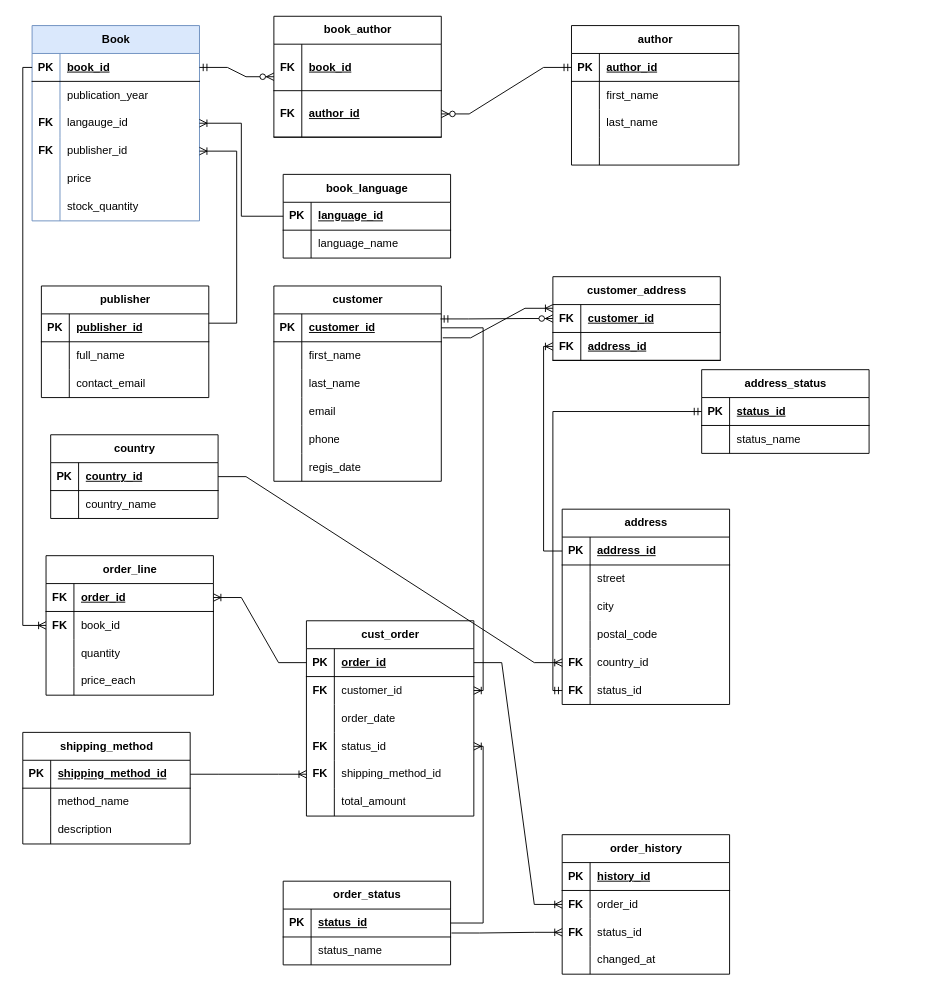
Before: dbms.drawio in sumshy/ctrl_alt-elite, a draw.io diagram. Source tidied: cells renumbered, new cells numbered last; positions are measured from the earlier drawing's top-left corner, leaving out a move shared by most shapes. Both pictures are drawn from the tidied source at 93%, with x=0, y=0 at pixel (22, 16).
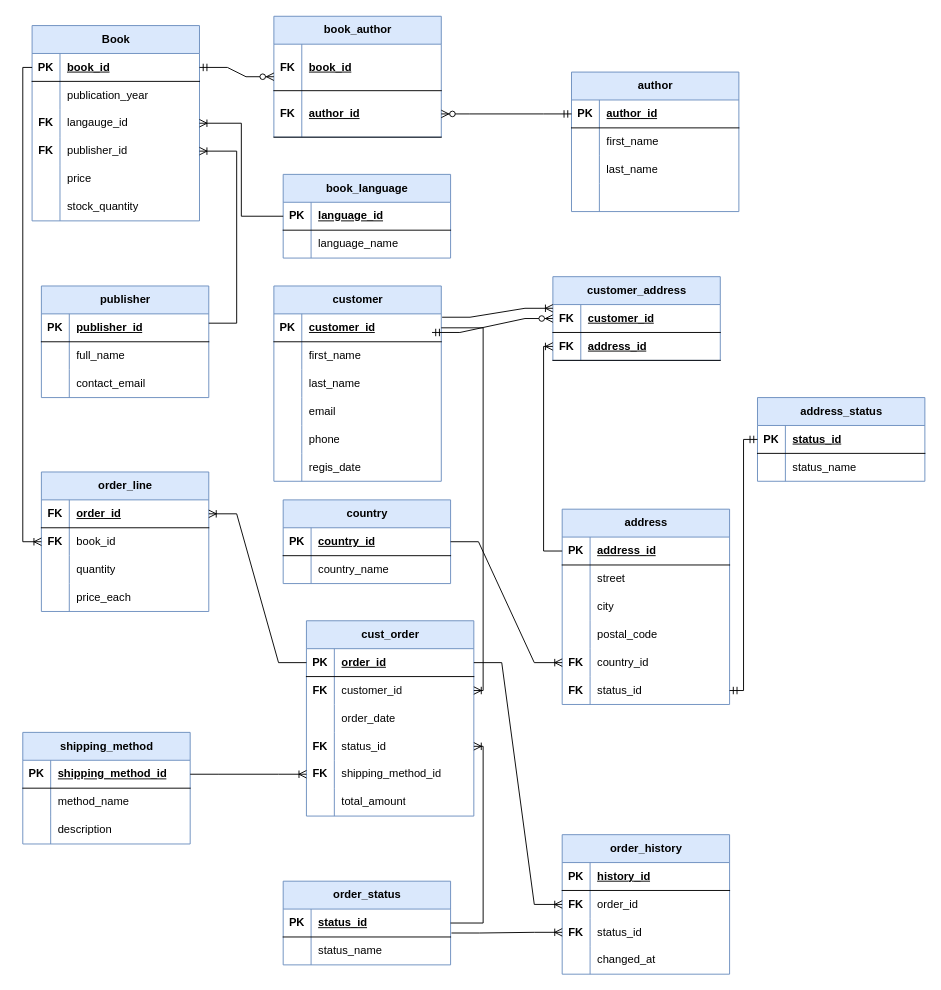
Above is the later version.

The change refers to these unchanged cells:
```xml
<mxCell id="59" style="shape=tableRow;horizontal=0;startSize=0;swimlaneHead=0;swimlaneBody=0;fillColor=none;points=[[0,0.5],[1,0.5]];portConstraint=eastwest;top=0;left=0;right=0;bottom=1;" parent="58" vertex="1">
  <mxGeometry y="30" width="180" height="30" as="geometry" />
</mxCell>
<mxCell id="78" style="shape=tableRow;horizontal=0;startSize=0;swimlaneHead=0;swimlaneBody=0;fillColor=none;points=[[0,0.5],[1,0.5]];portConstraint=eastwest;top=0;left=0;right=0;bottom=1;" parent="77" vertex="1">
  <mxGeometry y="30" width="180" height="30" as="geometry" />
</mxCell>
<mxCell id="85" style="shape=tableRow;horizontal=0;startSize=0;swimlaneHead=0;swimlaneBody=0;fillColor=none;points=[[0,0.5],[1,0.5]];portConstraint=eastwest;top=0;left=0;right=0;bottom=1;" parent="84" vertex="1">
  <mxGeometry y="30" width="180" height="30" as="geometry" />
</mxCell>
<mxCell id="107" style="shape=tableRow;horizontal=0;startSize=0;swimlaneHead=0;swimlaneBody=0;fillColor=none;points=[[0,0.5],[1,0.5]];portConstraint=eastwest;top=0;left=0;right=0;bottom=0;" parent="91" vertex="1">
  <mxGeometry y="180" width="180" height="30" as="geometry" />
</mxCell>
```

Diff of the diagram source:
```diff
@@
-    <mxCell id="21" value="book_language" style="shape=table;startSize=30;childLayout=tableLayout;rowLines=0;fontStyle=1;align=center;html=1;" parent="1" vertex="1">
+    <mxCell id="21" value="book_language" style="shape=table;startSize=30;childLayout=tableLayout;rowLines=0;fontStyle=1;align=center;html=1;fillColor=#dae8fc;strokeColor=#6c8ebf;" parent="1" vertex="1">
       <mxGeometry x="280" y="170" width="180" height="90" as="geometry" />
     </mxCell>
@@
-    <mxCell id="28" value="book_author" style="shape=table;startSize=30;childLayout=tableLayout;rowLines=0;fontStyle=1;align=center;html=1;" parent="1" vertex="1">
+    <mxCell id="28" value="book_author" style="shape=table;startSize=30;childLayout=tableLayout;rowLines=0;fontStyle=1;align=center;html=1;fillColor=#dae8fc;strokeColor=#6c8ebf;" parent="1" vertex="1">
       <mxGeometry x="270" width="180" height="130" as="geometry" />
     </mxCell>
@@
-    <mxCell id="35" value="author" style="shape=table;startSize=30;childLayout=tableLayout;rowLines=0;fontStyle=1;align=center;html=1;" parent="1" vertex="1">
-      <mxGeometry x="590" y="10" width="180" height="150" as="geometry" />
+    <mxCell id="35" value="author" style="shape=table;startSize=30;childLayout=tableLayout;rowLines=0;fontStyle=1;align=center;html=1;fillColor=#dae8fc;strokeColor=#6c8ebf;" parent="1" vertex="1">
+      <mxGeometry x="590" y="60" width="180" height="150" as="geometry" />
     </mxCell>
@@
-    <mxCell id="48" value="publisher" style="shape=table;startSize=30;childLayout=tableLayout;rowLines=0;fontStyle=1;align=center;html=1;" parent="1" vertex="1">
+    <mxCell id="48" value="publisher" style="shape=table;startSize=30;childLayout=tableLayout;rowLines=0;fontStyle=1;align=center;html=1;fillColor=#dae8fc;strokeColor=#6c8ebf;" parent="1" vertex="1">
       <mxGeometry x="20" y="290" width="180" height="120" as="geometry" />
     </mxCell>
@@
-    <mxCell id="58" value="customer" style="shape=table;startSize=30;childLayout=tableLayout;rowLines=0;fontStyle=1;align=center;html=1;" parent="1" vertex="1">
+    <mxCell id="58" value="customer" style="shape=table;startSize=30;childLayout=tableLayout;rowLines=0;fontStyle=1;align=center;html=1;fillColor=#dae8fc;strokeColor=#6c8ebf;" parent="1" vertex="1">
       <mxGeometry x="270" y="290" width="180" height="210" as="geometry" />
     </mxCell>
@@
-    <mxCell id="77" value="customer_address" style="shape=table;startSize=30;childLayout=tableLayout;rowLines=0;fontStyle=1;align=center;html=1;" parent="1" vertex="1">
+    <mxCell id="77" value="customer_address" style="shape=table;startSize=30;childLayout=tableLayout;rowLines=0;fontStyle=1;align=center;html=1;fillColor=#dae8fc;strokeColor=#6c8ebf;" parent="1" vertex="1">
       <mxGeometry x="570" y="280" width="180" height="90" as="geometry" />
     </mxCell>
@@
-    <mxCell id="84" value="address_status" style="shape=table;startSize=30;childLayout=tableLayout;rowLines=0;fontStyle=1;align=center;html=1;" parent="1" vertex="1">
-      <mxGeometry x="730" y="380" width="180" height="90" as="geometry" />
+    <mxCell id="84" value="address_status" style="shape=table;startSize=30;childLayout=tableLayout;rowLines=0;fontStyle=1;align=center;html=1;fillColor=#dae8fc;strokeColor=#6c8ebf;" parent="1" vertex="1">
+      <mxGeometry x="790" y="410" width="180" height="90" as="geometry" />
     </mxCell>
@@
-    <mxCell id="91" value="address" style="shape=table;startSize=30;childLayout=tableLayout;rowLines=0;fontStyle=1;align=center;html=1;" parent="1" vertex="1">
+    <mxCell id="91" value="address" style="shape=table;startSize=30;childLayout=tableLayout;rowLines=0;fontStyle=1;align=center;html=1;fillColor=#dae8fc;strokeColor=#6c8ebf;" parent="1" vertex="1">
       <mxGeometry x="580" y="530" width="180" height="210" as="geometry" />
     </mxCell>
@@
-    <mxCell id="110" value="country" style="shape=table;startSize=30;childLayout=tableLayout;rowLines=0;fontStyle=1;align=center;html=1;" parent="1" vertex="1">
-      <mxGeometry x="30" y="450" width="180" height="90" as="geometry" />
+    <mxCell id="110" value="country" style="shape=table;startSize=30;childLayout=tableLayout;rowLines=0;fontStyle=1;align=center;html=1;fillColor=#dae8fc;strokeColor=#6c8ebf;" parent="1" vertex="1">
+      <mxGeometry x="280" y="520" width="180" height="90" as="geometry" />
     </mxCell>
@@
-    <mxCell id="117" value="cust_order" style="shape=table;startSize=30;childLayout=tableLayout;rowLines=0;fontStyle=1;align=center;html=1;" parent="1" vertex="1">
+    <mxCell id="117" value="cust_order" style="shape=table;startSize=30;childLayout=tableLayout;rowLines=0;fontStyle=1;align=center;html=1;fillColor=#dae8fc;strokeColor=#6c8ebf;" parent="1" vertex="1">
       <mxGeometry x="305" y="650" width="180" height="210" as="geometry" />
     </mxCell>
@@
-    <mxCell id="136" value="order_line" style="shape=table;startSize=30;childLayout=tableLayout;rowLines=0;fontStyle=1;align=center;html=1;" parent="1" vertex="1">
-      <mxGeometry x="25" y="580" width="180" height="150" as="geometry" />
+    <mxCell id="136" value="order_line" style="shape=table;startSize=30;childLayout=tableLayout;rowLines=0;fontStyle=1;align=center;html=1;fillColor=#dae8fc;strokeColor=#6c8ebf;" parent="1" vertex="1">
+      <mxGeometry x="20" y="490" width="180" height="150" as="geometry" />
     </mxCell>
@@
-    <mxCell id="149" value="shipping_method" style="shape=table;startSize=30;childLayout=tableLayout;rowLines=0;fontStyle=1;align=center;html=1;" parent="1" vertex="1">
+    <mxCell id="149" value="shipping_method" style="shape=table;startSize=30;childLayout=tableLayout;rowLines=0;fontStyle=1;align=center;html=1;fillColor=#dae8fc;strokeColor=#6c8ebf;" parent="1" vertex="1">
       <mxGeometry y="770" width="180" height="120" as="geometry" />
     </mxCell>
@@
-    <mxCell id="159" value="order_history" style="shape=table;startSize=30;childLayout=tableLayout;rowLines=0;fontStyle=1;align=center;html=1;" parent="1" vertex="1">
+    <mxCell id="159" value="order_history" style="shape=table;startSize=30;childLayout=tableLayout;rowLines=0;fontStyle=1;align=center;html=1;fillColor=#dae8fc;strokeColor=#6c8ebf;" parent="1" vertex="1">
       <mxGeometry x="580" y="880" width="180" height="150" as="geometry" />
     </mxCell>
@@
-    <mxCell id="174" style="edgeStyle=orthogonalEdgeStyle;fontSize=12;html=1;endArrow=ERmandOne;startArrow=ERmandOne;rounded=0;entryX=0;entryY=0.5;entryDx=0;entryDy=0;exitX=0;exitY=0.5;exitDx=0;exitDy=0;" parent="1" edge="1" source="107" target="85">
+    <mxCell id="174" style="edgeStyle=orthogonalEdgeStyle;fontSize=12;html=1;endArrow=ERmandOne;startArrow=ERmandOne;rounded=0;entryX=0;entryY=0.5;entryDx=0;entryDy=0;elbow=vertical;exitX=1;exitY=0.5;exitDx=0;exitDy=0;" parent="1" edge="1" source="107" target="85">
       <mxGeometry relative="1" as="geometry" />
     </mxCell>
-    <mxCell id="175" style="edgeStyle=entityRelationEdgeStyle;fontSize=12;html=1;endArrow=ERzeroToMany;startArrow=ERmandOne;rounded=0;entryX=0;entryY=0.5;entryDx=0;entryDy=0;exitX=0.995;exitY=0.181;exitDx=0;exitDy=0;exitPerimeter=0;" parent="1" edge="1" source="59" target="78">
-      <mxGeometry relative="1" as="geometry" />
+    <mxCell id="175" style="edgeStyle=entityRelationEdgeStyle;fontSize=12;html=1;endArrow=ERzeroToMany;startArrow=ERmandOne;rounded=0;entryX=0;entryY=0.5;entryDx=0;entryDy=0;" parent="1" edge="1" target="78">
+      <mxGeometry relative="1" as="geometry">
+        <mxPoint x="440" y="340" as="sourcePoint" />
+      </mxGeometry>
     </mxCell>
-    <mxCell id="176" value="order_status" style="shape=table;startSize=30;childLayout=tableLayout;rowLines=0;fontStyle=1;align=center;html=1;" parent="1" vertex="1">
+    <mxCell id="176" value="order_status" style="shape=table;startSize=30;childLayout=tableLayout;rowLines=0;fontStyle=1;align=center;html=1;fillColor=#dae8fc;strokeColor=#6c8ebf;" parent="1" vertex="1">
       <mxGeometry x="280" y="930" width="180" height="90" as="geometry" />
     </mxCell>
@@
-    <mxCell id="193" style="edgeStyle=entityRelationEdgeStyle;fontSize=12;html=1;endArrow=ERoneToMany;rounded=0;exitX=1.009;exitY=0.858;exitDx=0;exitDy=0;exitPerimeter=0;" parent="1" edge="1" source="59">
+    <mxCell id="193" style="edgeStyle=entityRelationEdgeStyle;fontSize=12;html=1;endArrow=ERoneToMany;rounded=0;exitX=1.005;exitY=0.12;exitDx=0;exitDy=0;exitPerimeter=0;" parent="1" edge="1" source="59">
       <mxGeometry relative="1" as="geometry">
         <mxPoint x="570" y="314" as="targetPoint" />
       </mxGeometry>
     </mxCell>
```
